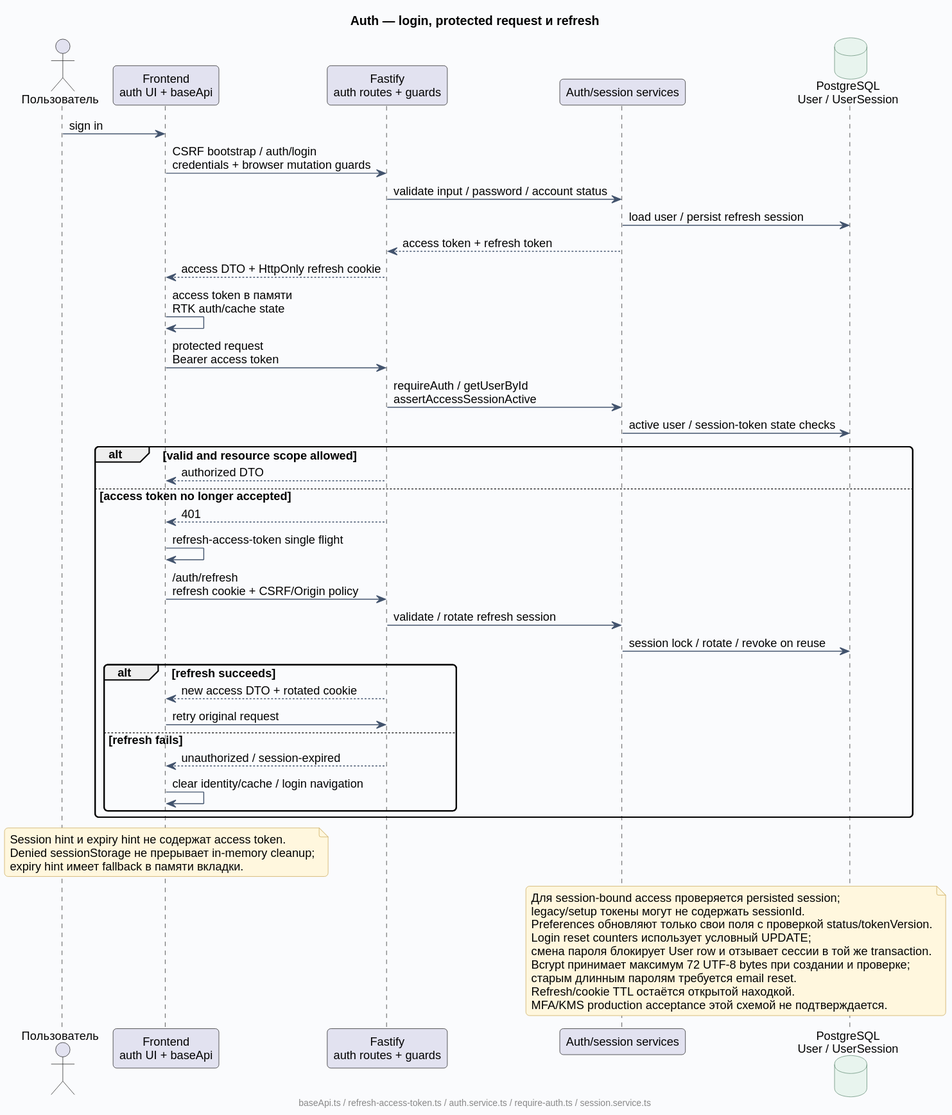
Earlier version of the PlantUML export docs/diagrams/rendered/07-auth-session.svg (Dima163163/auto-care-hub).
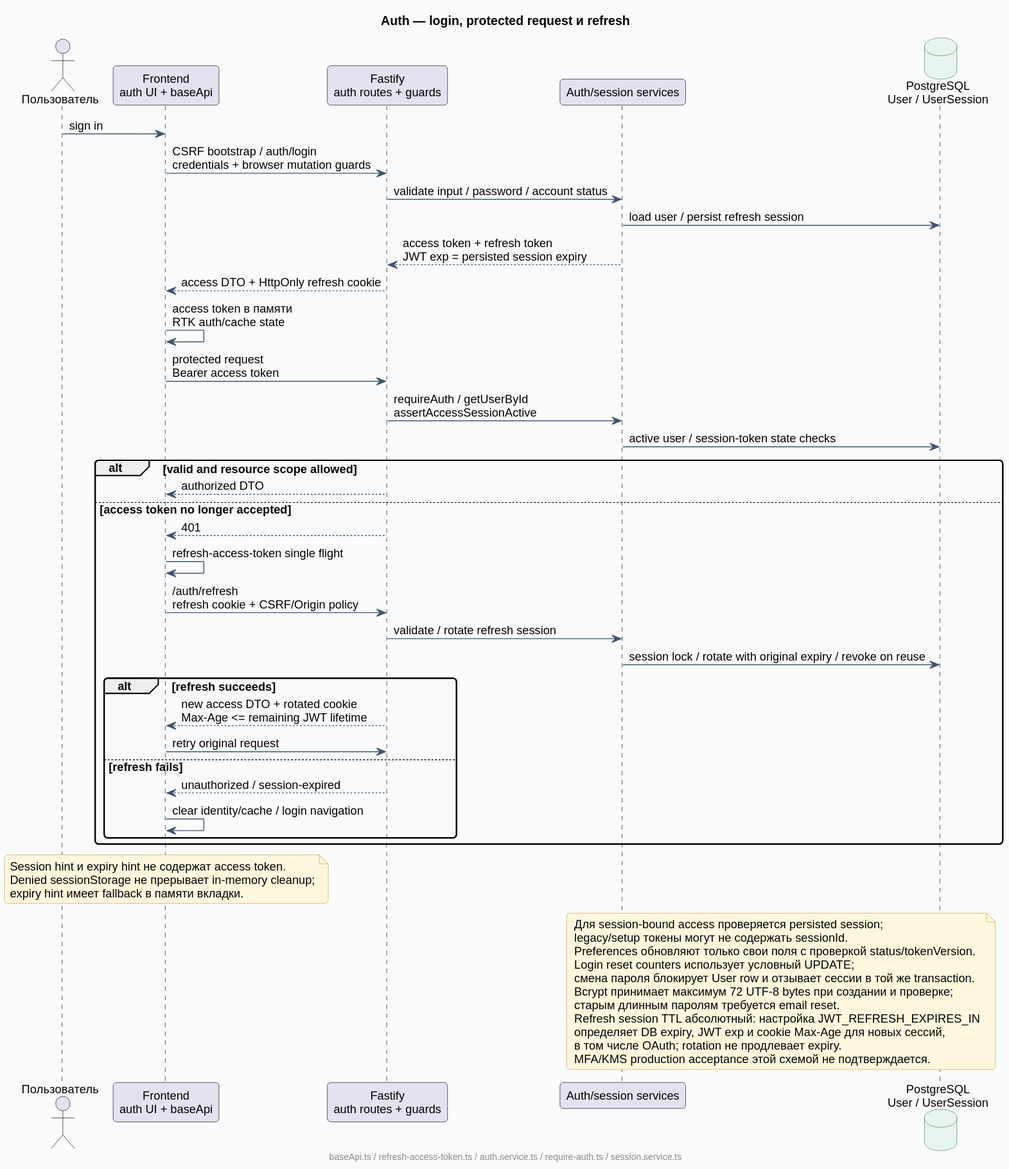
After the change.

Change to the diagram source:
```diff
@@ -10,7 +10,7 @@
 Front -> API : CSRF bootstrap / auth/login\ncredentials + browser mutation guards
 API -> Auth : validate input / password / account status
 Auth -> PG : load user / persist refresh session
-Auth --> API : access token + refresh token
+Auth --> API : access token + refresh token\nJWT exp = persisted session expiry
 API --> Front : access DTO + HttpOnly refresh cookie
 Front -> Front : access token в памяти\nRTK auth/cache state
 Front -> API : protected request\nBearer access token
@@ -23,9 +23,9 @@
   Front -> Front : refresh-access-token single flight
   Front -> API : /auth/refresh\nrefresh cookie + CSRF/Origin policy
   API -> Auth : validate / rotate refresh session
-  Auth -> PG : session lock / rotate / revoke on reuse
+  Auth -> PG : session lock / rotate with original expiry / revoke on reuse
   alt refresh succeeds
-    API --> Front : new access DTO + rotated cookie
+    API --> Front : new access DTO + rotated cookie\nMax-Age <= remaining JWT lifetime
     Front -> API : retry original request
   else refresh fails
     API --> Front : unauthorized / session-expired
@@ -45,7 +45,9 @@
   смена пароля блокирует User row и отзывает сессии в той же transaction.
   Bcrypt принимает максимум 72 UTF-8 bytes при создании и проверке;
   старым длинным паролям требуется email reset.
-  Refresh/cookie TTL остаётся открытой находкой.
+  Refresh session TTL абсолютный: настройка JWT_REFRESH_EXPIRES_IN
+  определяет DB expiry, JWT exp и cookie Max-Age для новых сессий,
+  в том числе OAuth; rotation не продлевает expiry.
   MFA/KMS production acceptance этой схемой не подтверждается.
 end note
 footer baseApi.ts / refresh-access-token.ts / auth.service.ts / require-auth.ts / session.service.ts
```
